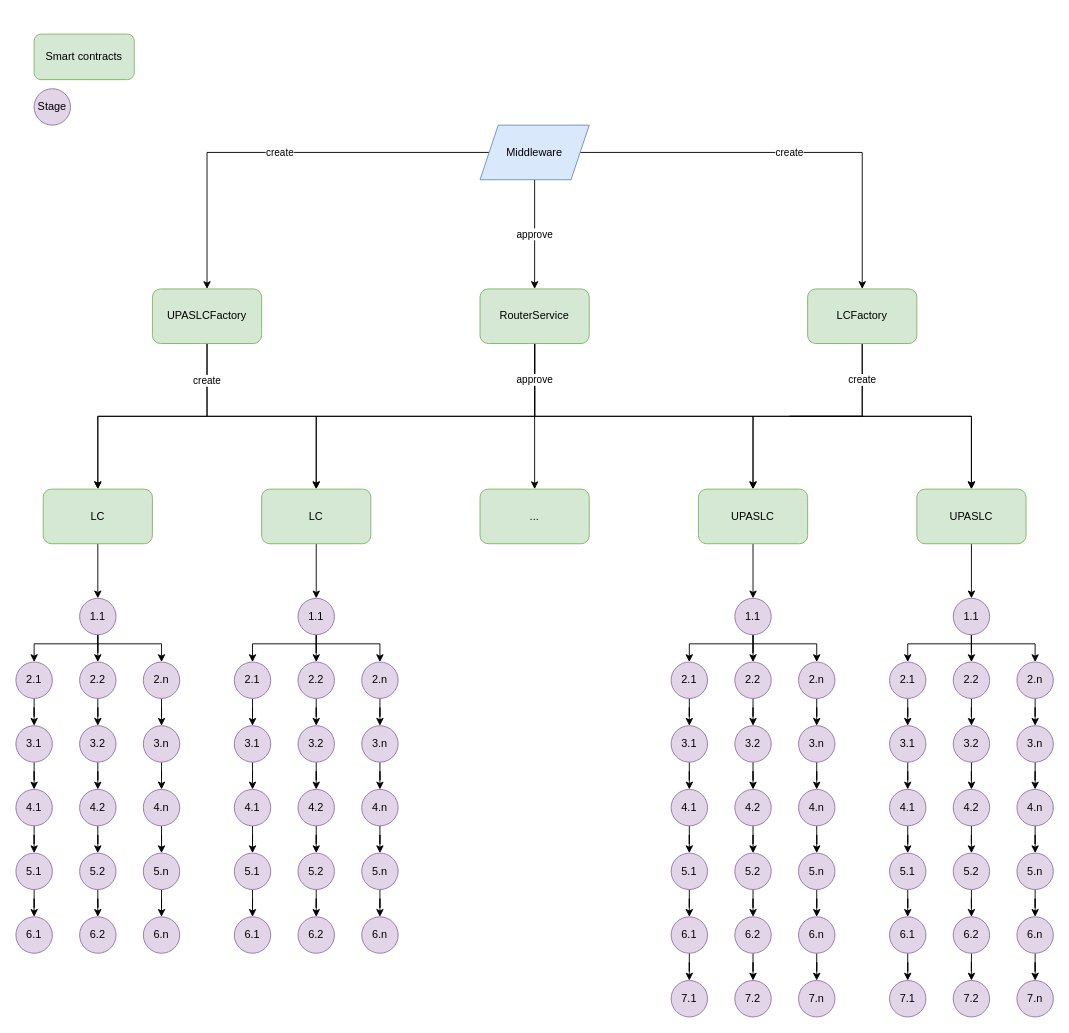
Before: page "Page-1" (1 of 2) of LC-smart-contracts.drawio in gdotcat/diagram, a draw.io diagram. Source tidied: cells renumbered, new cells numbered last; positions are measured from the earlier drawing's top-left corner, leaving out a move shared by most shapes. Both pictures are drawn from the tidied source at 91%, with x=0, y=0 at pixel (15, 34).
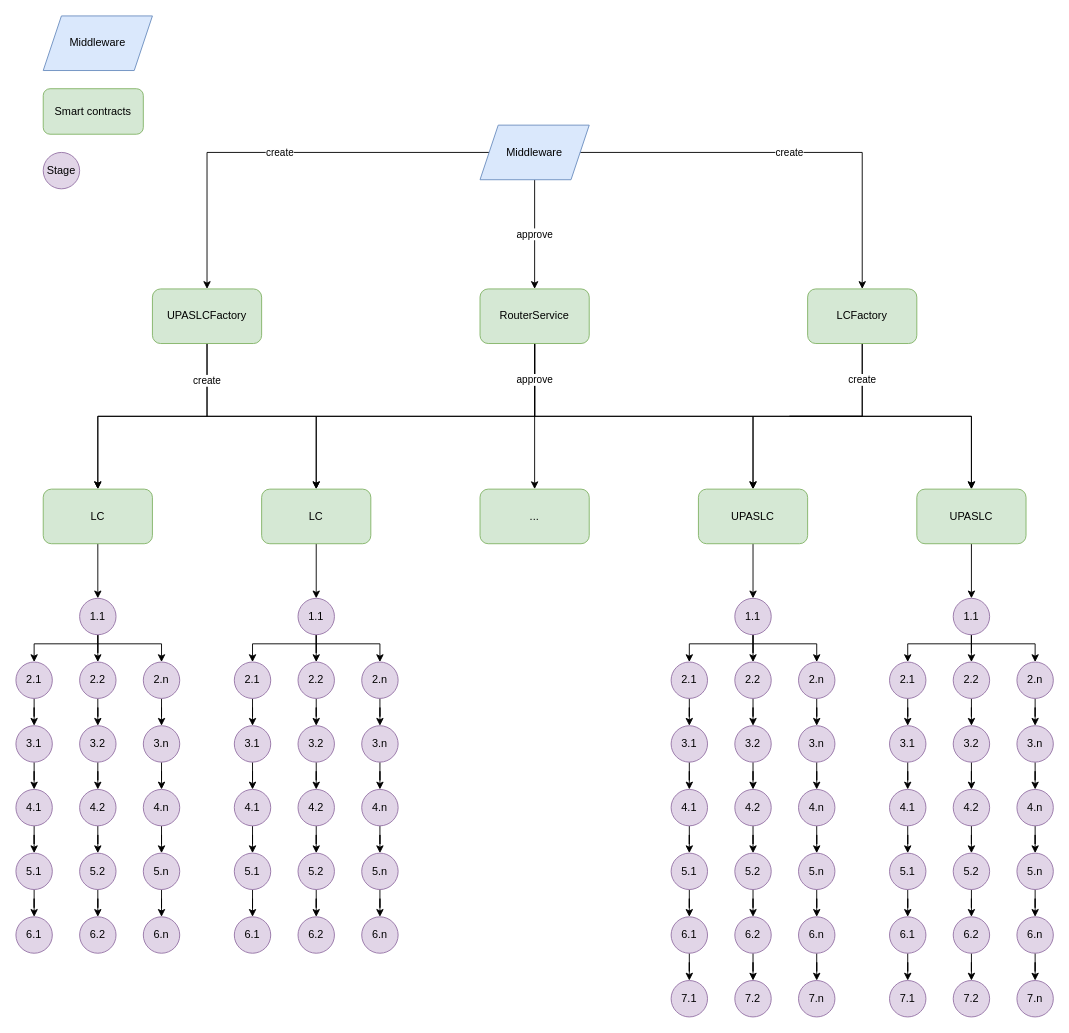
After the change.

Diff of the diagram source:
```diff
@@
     <mxCell id="27" value="Smart contracts" style="rounded=1;whiteSpace=wrap;html=1;fillColor=#d5e8d4;strokeColor=#82b366;" parent="1" vertex="1">
-      <mxGeometry x="20" width="110" height="50" as="geometry" />
+      <mxGeometry x="30" y="60" width="110" height="50" as="geometry" />
     </mxCell>
@@
     <mxCell id="116" value="Stage" style="ellipse;whiteSpace=wrap;html=1;fillColor=#e1d5e7;strokeColor=#9673a6;" parent="1" vertex="1">
-      <mxGeometry x="20" y="60" width="40" height="40" as="geometry" />
+      <mxGeometry x="30" y="130" width="40" height="40" as="geometry" />
     </mxCell>
@@
+    <mxCell id="165" value="Middleware" style="shape=parallelogram;perimeter=parallelogramPerimeter;whiteSpace=wrap;html=1;fixedSize=1;fillColor=#dae8fc;strokeColor=#6c8ebf;" parent="1" vertex="1">
+      <mxGeometry x="30" y="-20" width="120" height="60" as="geometry" />
+    </mxCell>
```
